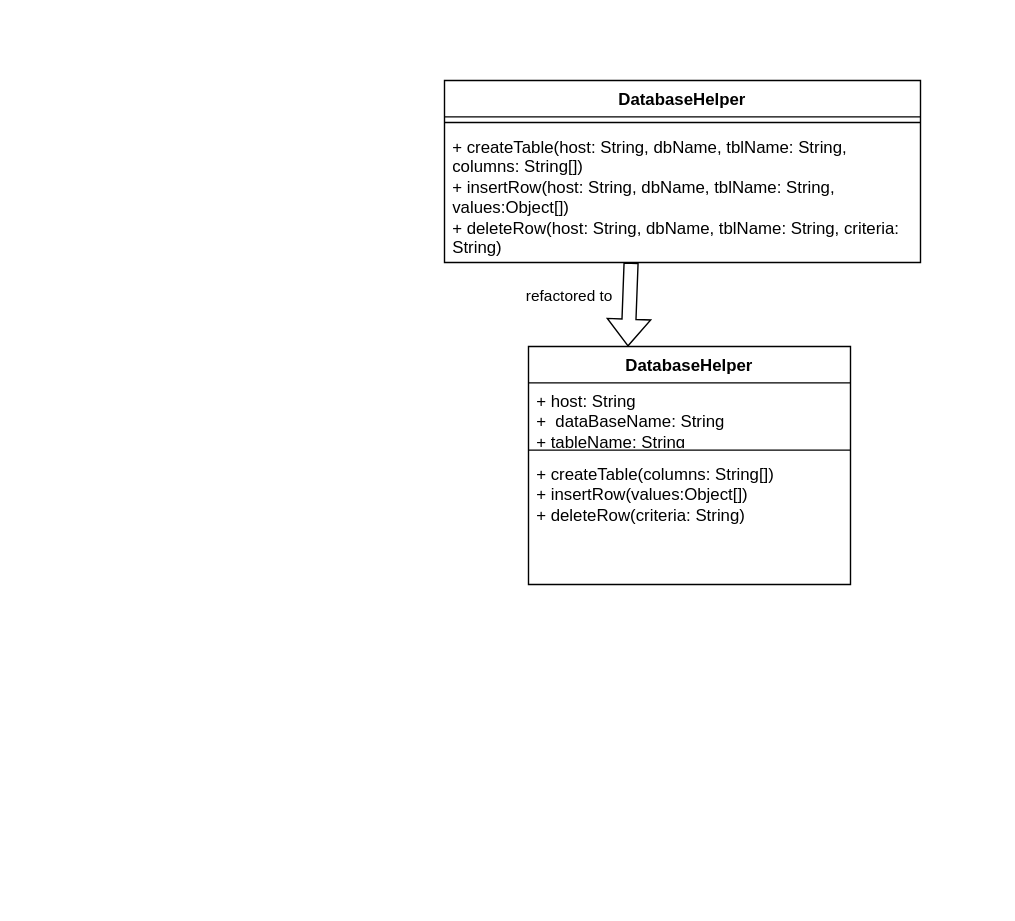
Before: masterthesis/figures/chapter2/alternative_refactorings_to_fields.drawio in compf/master-thesis-report, a draw.io diagram. Source tidied: cells renumbered, new cells numbered last; positions are measured from the earlier drawing's top-left corner, leaving out a move shared by most shapes. Both pictures are drawn from the tidied source at 140%, with x=0, y=0 at pixel (444, 80).
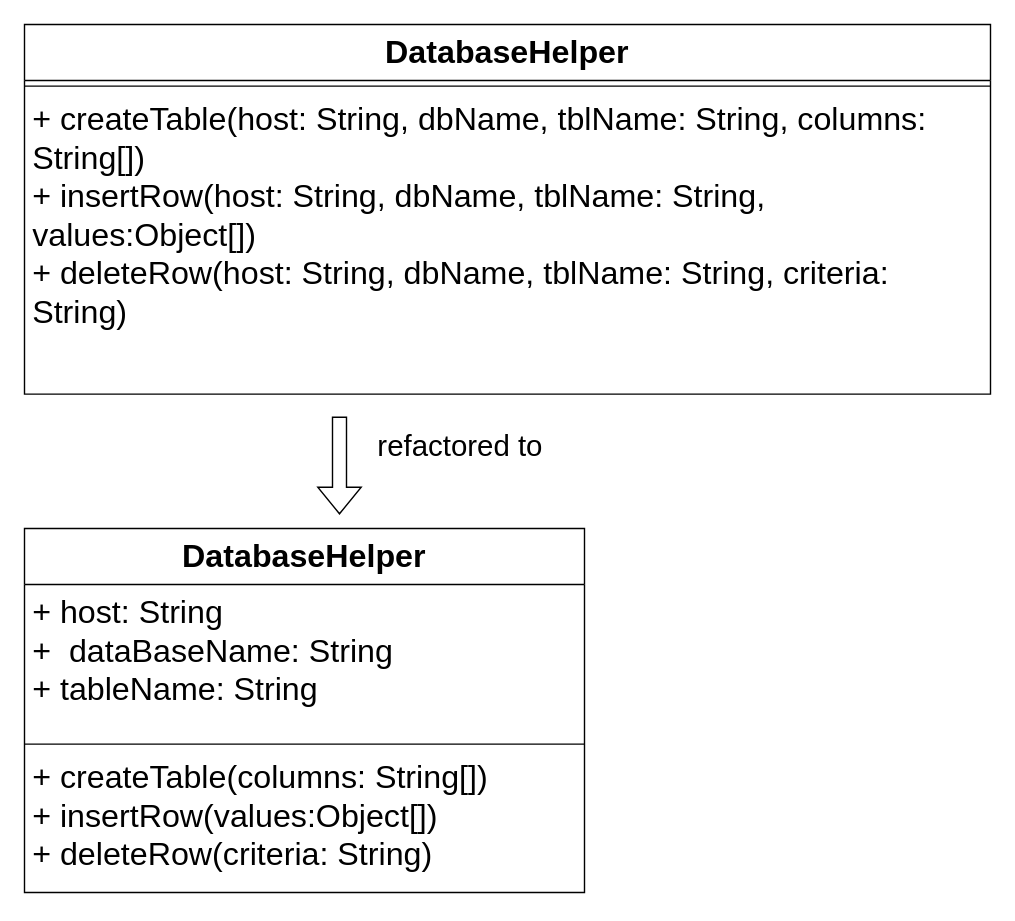
After the change.

The edit, as a diff of the source:
```diff
@@
 <mxGraphModel>
   <root>
     <mxCell id="0" />
     <mxCell id="1" parent="0" />
-    <mxCell id="2" value="DatabaseHelper" style="swimlane;fontStyle=1;align=center;verticalAlign=top;horizontal=1;startSize=26;whiteSpace=wrap;html=1;" parent="1" vertex="1">
-      <mxGeometry width="340" height="130" as="geometry" />
+    <mxCell id="2" value="&lt;font style=&quot;font-size: 23px;&quot;&gt;DatabaseHelper&lt;/font&gt;" style="swimlane;fontStyle=1;align=center;verticalAlign=top;horizontal=1;startSize=40;whiteSpace=wrap;html=1;" parent="1" vertex="1">
+      <mxGeometry x="-300" y="-40" width="690" height="264" as="geometry" />
     </mxCell>
     <mxCell id="3" style="line;strokeWidth=1;fillColor=none;align=left;verticalAlign=middle;spacingTop=-1;spacingLeft=3;spacingRight=3;labelPosition=right;strokeColor=inherit;" parent="2" vertex="1">
-      <mxGeometry y="26" width="340" height="8" as="geometry" />
+      <mxGeometry y="40" width="690" height="8" as="geometry" />
     </mxCell>
-    <mxCell id="4" value="+ createTable(host: String, dbName, tblName: String, columns: String[])&lt;div&gt;+ insertRow&lt;span style=&quot;background-color: initial;&quot;&gt;(host: String,&amp;nbsp;&lt;/span&gt;dbName&lt;span style=&quot;background-color: initial;&quot;&gt;,&amp;nbsp;&lt;/span&gt;tblName&lt;span style=&quot;background-color: initial;&quot;&gt;: String, values:Object[])&lt;/span&gt;&lt;/div&gt;&lt;div&gt;&lt;span style=&quot;background-color: initial;&quot;&gt;+ deleteRow&lt;/span&gt;&lt;span style=&quot;background-color: initial;&quot;&gt;(host: String,&amp;nbsp;&lt;/span&gt;dbName&lt;span style=&quot;background-color: initial;&quot;&gt;,&amp;nbsp;&lt;/span&gt;tblName&lt;span style=&quot;background-color: initial;&quot;&gt;: String, criteria: String)&lt;/span&gt;&lt;/div&gt;" style="text;strokeColor=none;fillColor=none;align=left;verticalAlign=top;spacingLeft=4;spacingRight=4;overflow=hidden;points=[[0,0.5],[1,0.5]];portConstraint=eastwest;whiteSpace=wrap;html=1;" parent="2" vertex="1">
-      <mxGeometry y="34" width="340" height="96" as="geometry" />
+    <mxCell id="4" value="&lt;font style=&quot;font-size: 23px;&quot;&gt;+ createTable(host: String, dbName, tblName: String, columns: String[])&lt;/font&gt;&lt;div&gt;&lt;font style=&quot;font-size: 23px;&quot;&gt;+ insertRow&lt;span style=&quot;background-color: initial;&quot;&gt;(host: String,&amp;nbsp;&lt;/span&gt;dbName&lt;span style=&quot;background-color: initial;&quot;&gt;,&amp;nbsp;&lt;/span&gt;tblName&lt;span style=&quot;background-color: initial;&quot;&gt;: String, values:Object[])&lt;/span&gt;&lt;/font&gt;&lt;/div&gt;&lt;div&gt;&lt;font style=&quot;font-size: 23px;&quot;&gt;&lt;span style=&quot;background-color: initial;&quot;&gt;+ deleteRow&lt;/span&gt;&lt;span style=&quot;background-color: initial;&quot;&gt;(host: String,&amp;nbsp;&lt;/span&gt;dbName&lt;span style=&quot;background-color: initial;&quot;&gt;,&amp;nbsp;&lt;/span&gt;tblName&lt;span style=&quot;background-color: initial;&quot;&gt;: String, criteria: String)&lt;/span&gt;&lt;/font&gt;&lt;/div&gt;" style="text;strokeColor=none;fillColor=none;align=left;verticalAlign=top;spacingLeft=4;spacingRight=4;overflow=hidden;points=[[0,0.5],[1,0.5]];portConstraint=eastwest;whiteSpace=wrap;html=1;" parent="2" vertex="1">
+      <mxGeometry y="48" width="690" height="216" as="geometry" />
     </mxCell>
-    <mxCell id="5" value="DatabaseHelper" style="swimlane;fontStyle=1;align=center;verticalAlign=top;horizontal=1;startSize=26;whiteSpace=wrap;html=1;" parent="1" vertex="1">
-      <mxGeometry x="60" y="190" width="230" height="170" as="geometry" />
+    <mxCell id="5" value="&lt;font style=&quot;font-size: 23px;&quot;&gt;DatabaseHelper&lt;/font&gt;" style="swimlane;fontStyle=1;align=center;verticalAlign=top;horizontal=1;startSize=40;whiteSpace=wrap;html=1;" parent="1" vertex="1">
+      <mxGeometry x="-300" y="320" width="400" height="260" as="geometry" />
     </mxCell>
-    <mxCell id="6" value="+ host: String&lt;div&gt;+&amp;nbsp; dataBaseName: String&lt;/div&gt;&lt;div&gt;+ tableName: String&lt;/div&gt;" style="text;strokeColor=none;fillColor=none;align=left;verticalAlign=top;spacingLeft=4;spacingRight=4;overflow=hidden;whiteSpace=wrap;html=1;" parent="5" vertex="1">
-      <mxGeometry y="26" width="230" height="44" as="geometry" />
+    <mxCell id="6" value="&lt;font style=&quot;font-size: 23px;&quot;&gt;+ host: String&lt;/font&gt;&lt;div&gt;&lt;font style=&quot;font-size: 23px;&quot;&gt;+&amp;nbsp; dataBaseName: String&lt;/font&gt;&lt;/div&gt;&lt;div&gt;&lt;font style=&quot;font-size: 23px;&quot;&gt;+ tableName: String&lt;/font&gt;&lt;/div&gt;" style="text;strokeColor=none;fillColor=none;align=left;verticalAlign=top;spacingLeft=4;spacingRight=4;overflow=hidden;whiteSpace=wrap;html=1;" parent="5" vertex="1">
+      <mxGeometry y="40" width="400" height="110" as="geometry" />
     </mxCell>
     <mxCell id="7" style="line;strokeWidth=1;fillColor=none;align=left;verticalAlign=middle;spacingTop=-1;spacingLeft=3;spacingRight=3;labelPosition=right;strokeColor=inherit;" parent="5" vertex="1">
-      <mxGeometry y="70" width="230" height="8" as="geometry" />
+      <mxGeometry y="150" width="400" height="8" as="geometry" />
     </mxCell>
-    <mxCell id="8" value="+ createTable(columns: String[])&lt;div&gt;+ insertRow&lt;span style=&quot;background-color: initial;&quot;&gt;(values:Object[])&lt;/span&gt;&lt;/div&gt;&lt;div&gt;&lt;span style=&quot;background-color: initial;&quot;&gt;+ deleteRow(&lt;/span&gt;&lt;span style=&quot;background-color: initial;&quot;&gt;criteria: String)&lt;/span&gt;&lt;/div&gt;" style="text;strokeColor=none;fillColor=none;align=left;verticalAlign=top;spacingLeft=4;spacingRight=4;overflow=hidden;whiteSpace=wrap;html=1;" parent="5" vertex="1">
-      <mxGeometry y="78" width="230" height="92" as="geometry" />
+    <mxCell id="8" value="&lt;font style=&quot;font-size: 23px;&quot;&gt;+ createTable(columns: String[])&lt;/font&gt;&lt;div&gt;&lt;font style=&quot;font-size: 23px;&quot;&gt;+ insertRow&lt;span style=&quot;background-color: initial;&quot;&gt;(values:Object[])&lt;/span&gt;&lt;/font&gt;&lt;/div&gt;&lt;div&gt;&lt;font style=&quot;font-size: 23px;&quot;&gt;&lt;span style=&quot;background-color: initial;&quot;&gt;+ deleteRow(&lt;/span&gt;&lt;span style=&quot;background-color: initial;&quot;&gt;criteria: String)&lt;/span&gt;&lt;/font&gt;&lt;/div&gt;" style="text;strokeColor=none;fillColor=none;align=left;verticalAlign=top;spacingLeft=4;spacingRight=4;overflow=hidden;whiteSpace=wrap;html=1;" parent="5" vertex="1">
+      <mxGeometry y="158" width="400" height="102" as="geometry" />
     </mxCell>
-    <mxCell id="9" style="shape=flexArrow;endArrow=classic;html=1;rounded=0;entryX=0.309;entryY=0;entryDx=0;entryDy=0;exitX=0.392;exitY=1;exitDx=0;exitDy=0;exitPerimeter=0;entryPerimeter=0;" parent="1" edge="1" source="4" target="5">
-      <mxGeometry relative="1" as="geometry" />
-    </mxCell>
+    <mxCell id="11" style="shape=flexArrow;endArrow=classic;html=1;rounded=0;" parent="1" edge="1">
+      <mxGeometry relative="1" as="geometry">
+        <mxPoint x="-75" y="240" as="sourcePoint" />
+        <mxPoint x="-75" y="310" as="targetPoint" />
+      </mxGeometry>
+    </mxCell>
-    <mxCell id="10" value="refactored to" style="edgeLabel;html=1;align=center;verticalAlign=middle;" parent="9" vertex="1">
-      <mxGeometry x="0.18" y="-8" relative="1" as="geometry">
-        <mxPoint x="-35" y="-11" as="offset" />
+    <mxCell id="10" value="refactored to" style="edgeLabel;html=1;align=center;verticalAlign=middle;fontSize=21;" parent="11" vertex="1">
+      <mxGeometry x="-0.46" y="-2" relative="1" as="geometry">
+        <mxPoint x="87" y="1" as="offset" />
       </mxGeometry>
     </mxCell>
   </root>
 </mxGraphModel>
```
